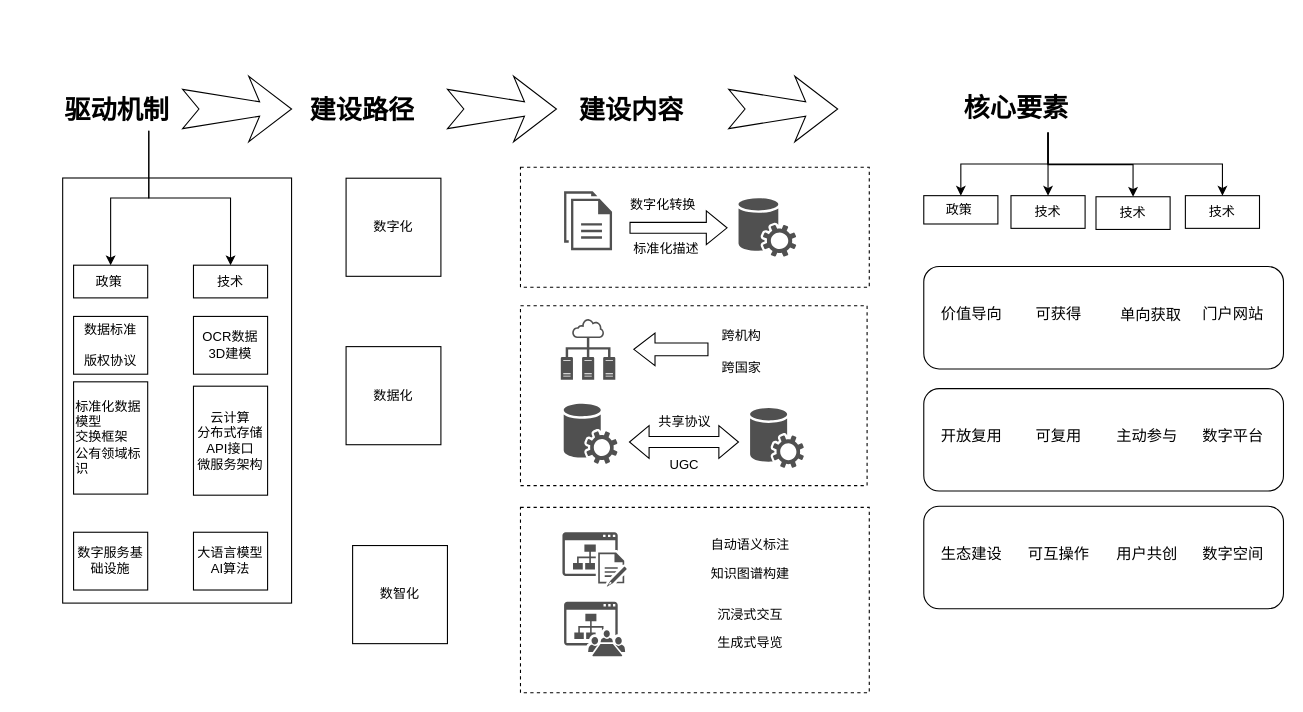
Before: 小宝架构1.drawio in Utah-wu/draw.io, a draw.io diagram. Source tidied: cells renumbered, new cells numbered last; positions are measured from the earlier drawing's top-left corner, leaving out a move shared by most shapes. Both pictures are drawn from the tidied source at 109%, with x=0, y=0 at pixel (62, 75).
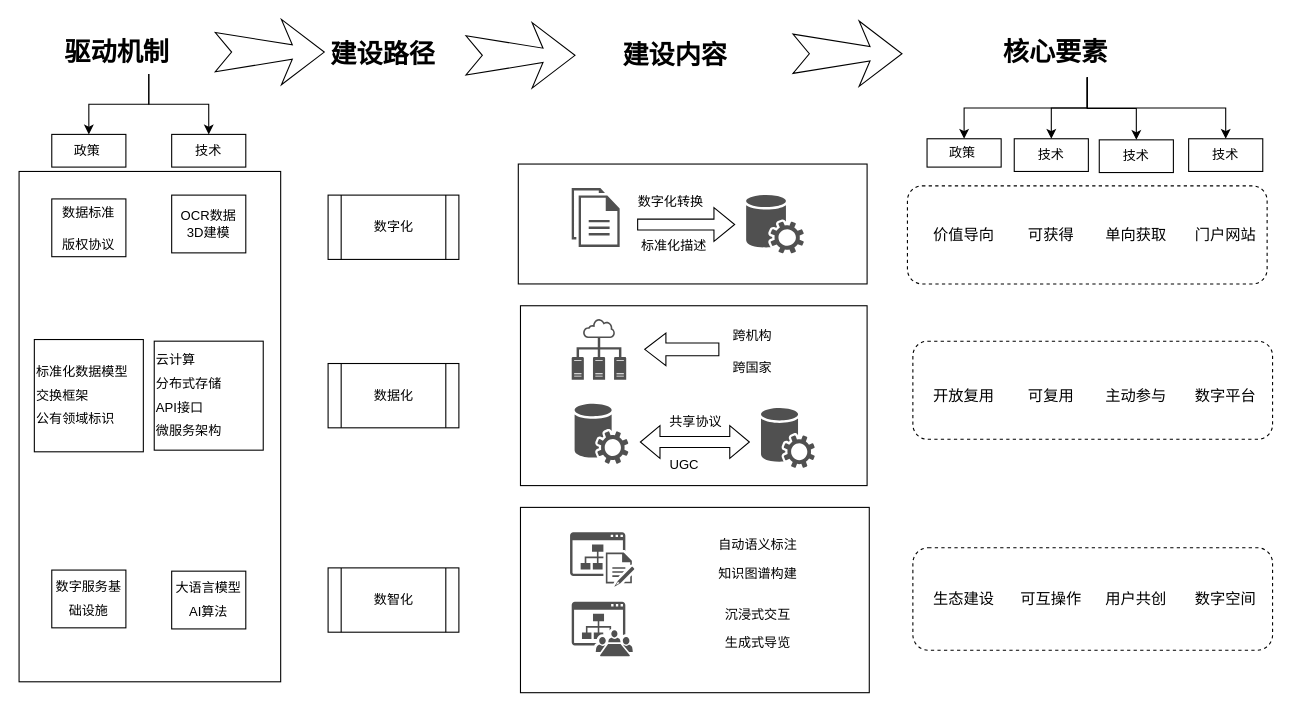
After the change.

Commit message (it also covers changes not shown here):
更新小宝架构1.drawio

What changed in the source:
```diff
@@
-    <mxCell id="2" style="rounded=0;whiteSpace=wrap;html=1;dashed=1;" parent="1" vertex="1">
-      <mxGeometry x="420" y="84" width="320" height="110" as="geometry" />
+    <mxCell id="2" style="rounded=0;whiteSpace=wrap;html=1;" parent="1" vertex="1">
+      <mxGeometry x="418" y="81" width="320" height="110" as="geometry" />
     </mxCell>
-    <mxCell id="3" style="rounded=0;whiteSpace=wrap;html=1;dashed=1;" parent="1" vertex="1">
+    <mxCell id="3" style="rounded=0;whiteSpace=wrap;html=1;" parent="1" vertex="1">
       <mxGeometry x="420" y="396" width="320" height="170" as="geometry" />
     </mxCell>
-    <mxCell id="4" style="rounded=0;whiteSpace=wrap;html=1;dashed=1;" parent="1" vertex="1">
+    <mxCell id="4" style="rounded=0;whiteSpace=wrap;html=1;" parent="1" vertex="1">
       <mxGeometry x="420" y="211" width="318" height="165" as="geometry" />
     </mxCell>
@@
     <mxCell id="6" value="&lt;h1 style=&quot;margin-top: 0px;&quot;&gt;核心要素&lt;/h1&gt;" style="text;html=1;whiteSpace=wrap;overflow=hidden;rounded=0;" parent="1" vertex="1">
-      <mxGeometry x="825" y="9" width="158" height="43" as="geometry" />
+      <mxGeometry x="861" y="-41.7" width="158" height="43" as="geometry" />
     </mxCell>
     <mxCell id="7" value="沉浸式交互" style="text;html=1;whiteSpace=wrap;strokeColor=none;fillColor=none;align=center;verticalAlign=middle;rounded=0;" parent="1" vertex="1">
-      <mxGeometry x="592" y="479.5" width="78" height="30" as="geometry" />
+      <mxGeometry x="599" y="479.5" width="78" height="30" as="geometry" />
     </mxCell>
     <mxCell id="8" value="生成式导览" style="text;html=1;whiteSpace=wrap;strokeColor=none;fillColor=none;align=center;verticalAlign=middle;rounded=0;" parent="1" vertex="1">
-      <mxGeometry x="592" y="505.5" width="78" height="30" as="geometry" />
+      <mxGeometry x="599" y="505.5" width="78" height="30" as="geometry" />
     </mxCell>
-    <mxCell id="9" value="数字化" style="whiteSpace=wrap;html=1;" parent="1" vertex="1">
-      <mxGeometry x="260" y="94" width="87" height="90" as="geometry" />
-    </mxCell>
-    <mxCell id="10" value="数据化" style="whiteSpace=wrap;html=1;" parent="1" vertex="1">
-      <mxGeometry x="260" y="248.5" width="87" height="90" as="geometry" />
-    </mxCell>
-    <mxCell id="11" value="数智化" style="whiteSpace=wrap;html=1;" parent="1" vertex="1">
-      <mxGeometry x="266" y="431" width="87" height="90" as="geometry" />
-    </mxCell>
     <mxCell id="12" style="sketch=0;shadow=0;dashed=0;html=1;strokeColor=none;fillColor=#505050;labelPosition=center;verticalLabelPosition=bottom;verticalAlign=top;align=center;shape=mxgraph.office.concepts.documents;" parent="1" vertex="1">
-      <mxGeometry x="460" y="106" width="44" height="54" as="geometry" />
+      <mxGeometry x="467" y="103" width="44" height="54" as="geometry" />
     </mxCell>
     <mxCell id="13" style="sketch=0;shadow=0;dashed=0;html=1;strokeColor=none;fillColor=#505050;labelPosition=center;verticalLabelPosition=bottom;verticalAlign=top;align=center;shape=mxgraph.office.services.central_management_service;" parent="1" vertex="1">
-      <mxGeometry x="620" y="112" width="53" height="54" as="geometry" />
+      <mxGeometry x="627" y="109" width="53" height="54" as="geometry" />
     </mxCell>
     <mxCell id="14" style="group;" parent="1" vertex="1">
-      <mxGeometry x="520" y="104" width="88" height="70" as="geometry" />
+      <mxGeometry x="527" y="101" width="88" height="70" as="geometry" />
     </mxCell>
@@
     <mxCell id="18" value="跨机构&lt;div&gt;&lt;br&gt;&lt;div&gt;跨国家&lt;/div&gt;&lt;/div&gt;" style="text;html=1;whiteSpace=wrap;strokeColor=none;fillColor=none;align=center;verticalAlign=middle;rounded=0;" parent="1" vertex="1">
-      <mxGeometry x="594" y="237.5" width="58" height="30" as="geometry" />
+      <mxGeometry x="604" y="237.5" width="58" height="30" as="geometry" />
     </mxCell>
     <mxCell id="19" style="html=1;shadow=0;dashed=0;align=center;verticalAlign=middle;shape=mxgraph.arrows2.arrow;dy=0.61;dx=19.42;flipH=1;notch=0;" parent="1" vertex="1">
-      <mxGeometry x="524" y="236" width="68" height="30" as="geometry" />
+      <mxGeometry x="534" y="236" width="68" height="30" as="geometry" />
     </mxCell>
     <mxCell id="20" style="sketch=0;shadow=0;dashed=0;html=1;strokeColor=none;fillColor=#505050;labelPosition=center;verticalLabelPosition=bottom;verticalAlign=top;align=center;shape=mxgraph.office.communications.central_management_service;" parent="1" vertex="1">
-      <mxGeometry x="459" y="301" width="50" height="55" as="geometry" />
+      <mxGeometry x="469" y="301" width="50" height="55" as="geometry" />
     </mxCell>
     <mxCell id="21" style="sketch=0;shadow=0;dashed=0;html=1;strokeColor=none;fillColor=#505050;labelPosition=center;verticalLabelPosition=bottom;verticalAlign=top;align=center;shape=mxgraph.office.communications.central_management_service;" parent="1" vertex="1">
-      <mxGeometry x="630" y="304.8" width="50" height="55" as="geometry" />
+      <mxGeometry x="640" y="304.8" width="50" height="55" as="geometry" />
     </mxCell>
     <mxCell id="22" style="html=1;shadow=0;dashed=0;align=center;verticalAlign=middle;shape=mxgraph.arrows2.twoWayArrow;dy=0.66;dx=17.99;" parent="1" vertex="1">
-      <mxGeometry x="520" y="321" width="100" height="30" as="geometry" />
+      <mxGeometry x="530" y="321" width="100" height="30" as="geometry" />
     </mxCell>
     <mxCell id="23" value="共享协议" style="text;html=1;whiteSpace=wrap;strokeColor=none;fillColor=none;align=center;verticalAlign=middle;rounded=0;" parent="1" vertex="1">
-      <mxGeometry x="542" y="303" width="58" height="30" as="geometry" />
+      <mxGeometry x="552" y="303" width="58" height="30" as="geometry" />
     </mxCell>
@@
     <mxCell id="25" style="sketch=0;shadow=0;dashed=0;html=1;strokeColor=none;fillColor=#505050;labelPosition=center;verticalLabelPosition=bottom;verticalAlign=top;align=center;shape=mxgraph.office.sites.meeting_workspace_site;" parent="1" vertex="1">
-      <mxGeometry x="460" y="482.5" width="56" height="50" as="geometry" />
+      <mxGeometry x="467" y="482.5" width="56" height="50" as="geometry" />
     </mxCell>
     <mxCell id="26" style="rounded=0;whiteSpace=wrap;html=1;" parent="1" vertex="1">
-      <mxGeometry y="93.8" width="210" height="390" as="geometry" />
+      <mxGeometry x="-40" y="87.8" width="240" height="468.2" as="geometry" />
     </mxCell>
@@
     <mxCell id="28" value="&lt;h1 style=&quot;margin-top: 0px;&quot;&gt;驱动机制&lt;/h1&gt;" style="text;html=1;whiteSpace=wrap;overflow=hidden;rounded=0;" parent="1" vertex="1">
-      <mxGeometry y="10.5" width="158" height="40" as="geometry" />
+      <mxGeometry y="-41.7" width="158" height="40" as="geometry" />
     </mxCell>
     <mxCell id="29" value="技术" style="whiteSpace=wrap;html=1;align=center;verticalAlign=middle;newEdgeStyle={&quot;edgeStyle&quot;:&quot;elbowEdgeStyle&quot;,&quot;startArrow&quot;:&quot;none&quot;,&quot;endArrow&quot;:&quot;none&quot;};" parent="1" vertex="1">
-      <mxGeometry x="120" y="173.8" width="68" height="30" as="geometry" />
+      <mxGeometry x="100" y="53.8" width="68" height="30" as="geometry" />
     </mxCell>
     <mxCell id="30" value="政策&lt;span style=&quot;white-space: pre;&quot;&gt;&#9;&lt;/span&gt;" style="whiteSpace=wrap;html=1;align=center;verticalAlign=middle;newEdgeStyle={&quot;edgeStyle&quot;:&quot;elbowEdgeStyle&quot;,&quot;startArrow&quot;:&quot;none&quot;,&quot;endArrow&quot;:&quot;none&quot;};" parent="1" vertex="1">
-      <mxGeometry x="10" y="173.8" width="68" height="30" as="geometry" />
+      <mxGeometry x="-10" y="53.8" width="68" height="30" as="geometry" />
     </mxCell>
@@
     <mxCell id="32" value="数据标准&lt;div&gt;&lt;br&gt;&lt;/div&gt;&lt;div&gt;版权协议&lt;/div&gt;" style="rounded=0;whiteSpace=wrap;html=1;" parent="1" vertex="1">
-      <mxGeometry x="10" y="220.8" width="68" height="53" as="geometry" />
+      <mxGeometry x="-10" y="113" width="68" height="53" as="geometry" />
     </mxCell>
-    <mxCell id="33" value="数字服务基础设施" style="rounded=0;whiteSpace=wrap;html=1;" parent="1" vertex="1">
-      <mxGeometry x="10" y="418.8" width="68" height="53" as="geometry" />
+    <mxCell id="33" value="&lt;div style=&quot;line-height: 180%;&quot;&gt;数字服务基础设施&lt;/div&gt;" style="rounded=0;whiteSpace=wrap;html=1;" parent="1" vertex="1">
+      <mxGeometry x="-10" y="453.5" width="68" height="53" as="geometry" />
     </mxCell>
-    <mxCell id="34" value="云计算&lt;div&gt;分布式存储&lt;/div&gt;&lt;div&gt;API接口&lt;/div&gt;&lt;div&gt;微服务架构&lt;/div&gt;" style="rounded=0;whiteSpace=wrap;html=1;" parent="1" vertex="1">
-      <mxGeometry x="120" y="284.8" width="68" height="100" as="geometry" />
+    <mxCell id="34" value="&lt;div style=&quot;line-height: 180%;&quot;&gt;云计算&lt;div&gt;分布式存储&lt;/div&gt;&lt;div&gt;API接口&lt;/div&gt;&lt;div&gt;微服务架构&lt;/div&gt;&lt;/div&gt;" style="rounded=0;whiteSpace=wrap;html=1;align=left;" parent="1" vertex="1">
+      <mxGeometry x="84" y="243.5" width="100" height="100" as="geometry" />
     </mxCell>
     <mxCell id="35" value="OCR数据&lt;div&gt;3D建模&lt;/div&gt;" style="rounded=0;whiteSpace=wrap;html=1;" parent="1" vertex="1">
-      <mxGeometry x="120" y="220.8" width="68" height="53" as="geometry" />
+      <mxGeometry x="100" y="109.5" width="68" height="53" as="geometry" />
     </mxCell>
-    <mxCell id="36" value="&lt;div&gt;标准化数据模型&lt;/div&gt;&lt;div&gt;交换框架&lt;/div&gt;&lt;div&gt;公有领域标识&lt;/div&gt;" style="rounded=0;whiteSpace=wrap;html=1;align=left;" parent="1" vertex="1">
-      <mxGeometry x="10" y="280.8" width="68" height="103" as="geometry" />
+    <mxCell id="36" value="&lt;div style=&quot;line-height: 180%;&quot;&gt;&lt;div&gt;标准化数据模型&lt;/div&gt;&lt;div&gt;交换框架&lt;/div&gt;&lt;div&gt;公有领域标识&lt;/div&gt;&lt;/div&gt;" style="rounded=0;whiteSpace=wrap;html=1;align=left;spacing=2;spacingTop=0;" parent="1" vertex="1">
+      <mxGeometry x="-26" y="242" width="100" height="103" as="geometry" />
     </mxCell>
-    <mxCell id="37" value="大语言模型&lt;div&gt;AI算法&lt;/div&gt;" style="rounded=0;whiteSpace=wrap;html=1;" parent="1" vertex="1">
-      <mxGeometry x="120" y="418.8" width="68" height="53" as="geometry" />
+    <mxCell id="37" value="&lt;div style=&quot;line-height: 180%;&quot;&gt;大语言模型&lt;div&gt;AI算法&lt;/div&gt;&lt;/div&gt;" style="rounded=0;whiteSpace=wrap;html=1;" parent="1" vertex="1">
+      <mxGeometry x="100" y="454.5" width="68" height="53" as="geometry" />
     </mxCell>
     <mxCell id="38" value="技术" style="whiteSpace=wrap;html=1;align=center;verticalAlign=middle;newEdgeStyle={&quot;edgeStyle&quot;:&quot;elbowEdgeStyle&quot;,&quot;startArrow&quot;:&quot;none&quot;,&quot;endArrow&quot;:&quot;none&quot;};" parent="1" vertex="1">
-      <mxGeometry x="870" y="110" width="68" height="30" as="geometry" />
+      <mxGeometry x="873" y="57.8" width="68" height="30" as="geometry" />
     </mxCell>
     <mxCell id="39" value="政策&lt;span style=&quot;white-space: pre;&quot;&gt;&#9;&lt;/span&gt;" style="whiteSpace=wrap;html=1;align=center;verticalAlign=middle;newEdgeStyle={&quot;edgeStyle&quot;:&quot;elbowEdgeStyle&quot;,&quot;startArrow&quot;:&quot;none&quot;,&quot;endArrow&quot;:&quot;none&quot;};" parent="1" vertex="1">
-      <mxGeometry x="790" y="110" width="68" height="26" as="geometry" />
+      <mxGeometry x="793" y="57.8" width="68" height="26" as="geometry" />
     </mxCell>
     <mxCell id="40" value="技术" style="whiteSpace=wrap;html=1;align=center;verticalAlign=middle;newEdgeStyle={&quot;edgeStyle&quot;:&quot;elbowEdgeStyle&quot;,&quot;startArrow&quot;:&quot;none&quot;,&quot;endArrow&quot;:&quot;none&quot;};" parent="1" vertex="1">
-      <mxGeometry x="948" y="111" width="68" height="30" as="geometry" />
+      <mxGeometry x="951" y="58.8" width="68" height="30" as="geometry" />
     </mxCell>
     <mxCell id="41" value="技术" style="whiteSpace=wrap;html=1;align=center;verticalAlign=middle;newEdgeStyle={&quot;edgeStyle&quot;:&quot;elbowEdgeStyle&quot;,&quot;startArrow&quot;:&quot;none&quot;,&quot;endArrow&quot;:&quot;none&quot;};" parent="1" vertex="1">
-      <mxGeometry x="1030" y="110" width="68" height="30" as="geometry" />
+      <mxGeometry x="1033" y="57.8" width="68" height="30" as="geometry" />
     </mxCell>
@@
-    <mxCell id="45" style="group;" parent="1" vertex="1">
-      <mxGeometry x="790" y="175" width="330" height="314" as="geometry" />
-    </mxCell>
-    <mxCell id="46" style="rounded=1;whiteSpace=wrap;html=1;align=left;" parent="45" vertex="1">
-      <mxGeometry width="330" height="94" as="geometry" />
-    </mxCell>
-    <mxCell id="47" value="价值导向" style="text;html=1;whiteSpace=wrap;strokeColor=none;fillColor=none;align=center;verticalAlign=middle;rounded=0;fontSize=14;" parent="45" vertex="1">
-      <mxGeometry x="15" y="29" width="58" height="30" as="geometry" />
-    </mxCell>
-    <mxCell id="48" value="门户网站" style="text;html=1;whiteSpace=wrap;strokeColor=none;fillColor=none;align=center;verticalAlign=middle;rounded=0;fontSize=14;" parent="45" vertex="1">
-      <mxGeometry x="255" y="29" width="58" height="30" as="geometry" />
-    </mxCell>
-    <mxCell id="49" value="单向获取" style="text;html=1;whiteSpace=wrap;strokeColor=none;fillColor=none;align=center;verticalAlign=middle;rounded=0;fontSize=14;" parent="45" vertex="1">
-      <mxGeometry x="175.5" y="29" width="64.5" height="31" as="geometry" />
-    </mxCell>
-    <mxCell id="50" value="可获得" style="text;html=1;whiteSpace=wrap;strokeColor=none;fillColor=none;align=center;verticalAlign=middle;rounded=0;fontSize=14;" parent="45" vertex="1">
-      <mxGeometry x="95" y="29" width="58" height="30" as="geometry" />
-    </mxCell>
-    <mxCell id="51" style="rounded=1;whiteSpace=wrap;html=1;align=left;fontSize=14;" parent="45" vertex="1">
-      <mxGeometry y="112" width="330" height="94" as="geometry" />
-    </mxCell>
-    <mxCell id="52" value="开放复用" style="text;html=1;whiteSpace=wrap;strokeColor=none;fillColor=none;align=center;verticalAlign=middle;rounded=0;fontSize=14;" parent="45" vertex="1">
-      <mxGeometry x="15" y="141" width="58" height="30" as="geometry" />
-    </mxCell>
-    <mxCell id="53" value="数字平台" style="text;html=1;whiteSpace=wrap;strokeColor=none;fillColor=none;align=center;verticalAlign=middle;rounded=0;fontSize=14;" parent="45" vertex="1">
-      <mxGeometry x="255" y="141" width="58" height="30" as="geometry" />
-    </mxCell>
-    <mxCell id="54" value="主动参与" style="text;html=1;whiteSpace=wrap;strokeColor=none;fillColor=none;align=center;verticalAlign=middle;rounded=0;fontSize=14;" parent="45" vertex="1">
-      <mxGeometry x="175.5" y="141" width="58" height="30" as="geometry" />
-    </mxCell>
-    <mxCell id="55" value="可复用" style="text;html=1;whiteSpace=wrap;strokeColor=none;fillColor=none;align=center;verticalAlign=middle;rounded=0;fontSize=14;" parent="45" vertex="1">
-      <mxGeometry x="95" y="141" width="58" height="30" as="geometry" />
-    </mxCell>
-    <mxCell id="56" style="rounded=1;whiteSpace=wrap;html=1;align=left;" parent="45" vertex="1">
-      <mxGeometry y="220" width="330" height="94" as="geometry" />
-    </mxCell>
-    <mxCell id="57" value="生态建设" style="text;html=1;whiteSpace=wrap;strokeColor=none;fillColor=none;align=center;verticalAlign=middle;rounded=0;fontSize=14;" parent="45" vertex="1">
-      <mxGeometry x="15" y="249" width="58" height="30" as="geometry" />
-    </mxCell>
-    <mxCell id="58" value="数字空间" style="text;html=1;whiteSpace=wrap;strokeColor=none;fillColor=none;align=center;verticalAlign=middle;rounded=0;fontSize=14;" parent="45" vertex="1">
-      <mxGeometry x="255" y="249" width="58" height="30" as="geometry" />
-    </mxCell>
-    <mxCell id="59" value="用户共创" style="text;html=1;whiteSpace=wrap;strokeColor=none;fillColor=none;align=center;verticalAlign=middle;rounded=0;fontSize=14;" parent="45" vertex="1">
-      <mxGeometry x="175.5" y="249" width="58" height="30" as="geometry" />
-    </mxCell>
-    <mxCell id="60" value="可互操作" style="text;html=1;whiteSpace=wrap;strokeColor=none;fillColor=none;align=center;verticalAlign=middle;rounded=0;fontSize=14;" parent="45" vertex="1">
-      <mxGeometry x="95" y="249" width="58" height="30" as="geometry" />
-    </mxCell>
     <mxCell id="61" value="&lt;h1 style=&quot;margin-top: 0px;&quot;&gt;建设路径&lt;/h1&gt;" style="text;html=1;whiteSpace=wrap;overflow=hidden;rounded=0;" parent="1" vertex="1">
-      <mxGeometry x="224.5" y="10.5" width="158" height="40" as="geometry" />
+      <mxGeometry x="243.5" y="-40.2" width="158" height="40" as="geometry" />
     </mxCell>
     <mxCell id="62" value="&lt;h1 style=&quot;margin-top: 0px;&quot;&gt;建设内容&lt;/h1&gt;" style="text;html=1;whiteSpace=wrap;overflow=hidden;rounded=0;" parent="1" vertex="1">
-      <mxGeometry x="472" y="10.5" width="158" height="40" as="geometry" />
+      <mxGeometry x="512" y="-38.7" width="158" height="40" as="geometry" />
     </mxCell>
     <mxCell id="63" style="html=1;shadow=0;dashed=0;align=center;verticalAlign=middle;shape=mxgraph.arrows2.stylisedArrow;dy=0.78;dx=29.33;notch=15;feather=0.4;" parent="1" vertex="1">
-      <mxGeometry x="110" y="0.5" width="100" height="60" as="geometry" />
+      <mxGeometry x="140" y="-51.7" width="100" height="60" as="geometry" />
     </mxCell>
     <mxCell id="64" style="html=1;shadow=0;dashed=0;align=center;verticalAlign=middle;shape=mxgraph.arrows2.stylisedArrow;dy=0.78;dx=29.33;notch=15;feather=0.4;" parent="1" vertex="1">
-      <mxGeometry x="353" y="0.5" width="100" height="60" as="geometry" />
+      <mxGeometry x="370" y="-48.7" width="100" height="60" as="geometry" />
     </mxCell>
     <mxCell id="65" style="html=1;shadow=0;dashed=0;align=center;verticalAlign=middle;shape=mxgraph.arrows2.stylisedArrow;dy=0.78;dx=29.33;notch=15;feather=0.4;" parent="1" vertex="1">
-      <mxGeometry x="611" y="0.5" width="100" height="60" as="geometry" />
+      <mxGeometry x="670" y="-50.2" width="100" height="60" as="geometry" />
     </mxCell>
     <mxCell id="66" style="sketch=0;shadow=0;dashed=0;html=1;strokeColor=none;fillColor=#505050;labelPosition=center;verticalLabelPosition=bottom;verticalAlign=top;align=center;shape=mxgraph.office.concepts.technical_diagram;" parent="1" vertex="1">
-      <mxGeometry x="457" y="223" width="50" height="56" as="geometry" />
+      <mxGeometry x="467" y="223" width="50" height="56" as="geometry" />
     </mxCell>
     <mxCell id="67" style="sketch=0;shadow=0;dashed=0;html=1;strokeColor=none;fillColor=#505050;labelPosition=center;verticalLabelPosition=bottom;verticalAlign=top;align=center;shape=mxgraph.office.sites.wiki_site;" parent="1" vertex="1">
-      <mxGeometry x="458.5" y="418.8" width="59" height="50" as="geometry" />
+      <mxGeometry x="465.5" y="418.8" width="59" height="50" as="geometry" />
     </mxCell>
     <mxCell id="68" value="自动语义标注" style="text;html=1;whiteSpace=wrap;strokeColor=none;fillColor=none;align=center;verticalAlign=middle;rounded=0;" parent="1" vertex="1">
-      <mxGeometry x="592" y="415.8" width="78" height="30" as="geometry" />
+      <mxGeometry x="599" y="415.8" width="78" height="30" as="geometry" />
     </mxCell>
     <mxCell id="69" value="知识图谱构建" style="text;html=1;whiteSpace=wrap;strokeColor=none;fillColor=none;align=center;verticalAlign=middle;rounded=0;" parent="1" vertex="1">
-      <mxGeometry x="592" y="441.8" width="78" height="30" as="geometry" />
+      <mxGeometry x="599" y="441.8" width="78" height="30" as="geometry" />
     </mxCell>
+    <mxCell id="9" value="数字化" style="shape=process;whiteSpace=wrap;html=1;backgroundOutline=1;" parent="1" vertex="1">
+      <mxGeometry x="243.5" y="109.5" width="120" height="59" as="geometry" />
+    </mxCell>
+    <mxCell id="11" value="数智化" style="shape=process;whiteSpace=wrap;html=1;backgroundOutline=1;" parent="1" vertex="1">
+      <mxGeometry x="243.5" y="451.5" width="120" height="59" as="geometry" />
+    </mxCell>
+    <mxCell id="10" value="数据化" style="shape=process;whiteSpace=wrap;html=1;backgroundOutline=1;" parent="1" vertex="1">
+      <mxGeometry x="243.5" y="264" width="120" height="59" as="geometry" />
+    </mxCell>
+    <mxCell id="51" style="rounded=1;whiteSpace=wrap;html=1;align=left;fontSize=14;dashed=1;" parent="1" vertex="1">
+      <mxGeometry x="780" y="243.5" width="330" height="90" as="geometry" />
+    </mxCell>
+    <mxCell id="52" value="开放复用" style="text;html=1;whiteSpace=wrap;strokeColor=none;fillColor=none;align=center;verticalAlign=middle;rounded=0;fontSize=14;" parent="1" vertex="1">
+      <mxGeometry x="797" y="278.5" width="60" height="30" as="geometry" />
+    </mxCell>
+    <mxCell id="53" value="数字平台" style="text;html=1;whiteSpace=wrap;strokeColor=none;fillColor=none;align=center;verticalAlign=middle;rounded=0;fontSize=14;" parent="1" vertex="1">
+      <mxGeometry x="1037" y="278.5" width="60" height="30" as="geometry" />
+    </mxCell>
+    <mxCell id="54" value="主动参与" style="text;html=1;whiteSpace=wrap;strokeColor=none;fillColor=none;align=center;verticalAlign=middle;rounded=0;fontSize=14;" parent="1" vertex="1">
+      <mxGeometry x="955" y="278.5" width="60" height="30" as="geometry" />
+    </mxCell>
+    <mxCell id="55" value="可复用" style="text;html=1;whiteSpace=wrap;strokeColor=none;fillColor=none;align=center;verticalAlign=middle;rounded=0;fontSize=14;" parent="1" vertex="1">
+      <mxGeometry x="877" y="278.5" width="60" height="30" as="geometry" />
+    </mxCell>
+    <mxCell id="46" style="rounded=1;whiteSpace=wrap;html=1;align=left;dashed=1;fontSize=14;" parent="1" vertex="1">
+      <mxGeometry x="775" y="101" width="330" height="90" as="geometry" />
+    </mxCell>
+    <mxCell id="47" value="价值导向" style="text;html=1;whiteSpace=wrap;strokeColor=none;fillColor=none;align=center;verticalAlign=middle;rounded=0;fontSize=14;" parent="1" vertex="1">
+      <mxGeometry x="797" y="131" width="60" height="30" as="geometry" />
+    </mxCell>
+    <mxCell id="48" value="门户网站" style="text;html=1;whiteSpace=wrap;strokeColor=none;fillColor=none;align=center;verticalAlign=middle;rounded=0;fontSize=14;" parent="1" vertex="1">
+      <mxGeometry x="1037" y="131" width="60" height="30" as="geometry" />
+    </mxCell>
+    <mxCell id="49" value="单向获取" style="text;html=1;whiteSpace=wrap;strokeColor=none;fillColor=none;align=center;verticalAlign=middle;rounded=0;fontSize=14;" parent="1" vertex="1">
+      <mxGeometry x="955" y="131" width="60" height="30" as="geometry" />
+    </mxCell>
+    <mxCell id="50" value="可获得" style="text;html=1;whiteSpace=wrap;strokeColor=none;fillColor=none;align=center;verticalAlign=middle;rounded=0;fontSize=14;" parent="1" vertex="1">
+      <mxGeometry x="877" y="131" width="60" height="30" as="geometry" />
+    </mxCell>
+    <mxCell id="56" style="rounded=1;whiteSpace=wrap;html=1;align=left;dashed=1;fontSize=14;" parent="1" vertex="1">
+      <mxGeometry x="780" y="433" width="330" height="94" as="geometry" />
+    </mxCell>
+    <mxCell id="57" value="生态建设" style="text;html=1;whiteSpace=wrap;strokeColor=none;fillColor=none;align=center;verticalAlign=middle;rounded=0;fontSize=14;" parent="1" vertex="1">
+      <mxGeometry x="797" y="465" width="60" height="30" as="geometry" />
+    </mxCell>
+    <mxCell id="58" value="数字空间" style="text;html=1;whiteSpace=wrap;strokeColor=none;fillColor=none;align=center;verticalAlign=middle;rounded=0;fontSize=14;" parent="1" vertex="1">
+      <mxGeometry x="1037" y="465" width="60" height="30" as="geometry" />
+    </mxCell>
+    <mxCell id="59" value="用户共创" style="text;html=1;whiteSpace=wrap;strokeColor=none;fillColor=none;align=center;verticalAlign=middle;rounded=0;fontSize=14;" parent="1" vertex="1">
+      <mxGeometry x="955" y="465" width="60" height="30" as="geometry" />
+    </mxCell>
+    <mxCell id="60" value="可互操作" style="text;html=1;whiteSpace=wrap;strokeColor=none;fillColor=none;align=center;verticalAlign=middle;rounded=0;fontSize=14;" parent="1" vertex="1">
+      <mxGeometry x="877" y="465" width="60" height="30" as="geometry" />
+    </mxCell>
```
